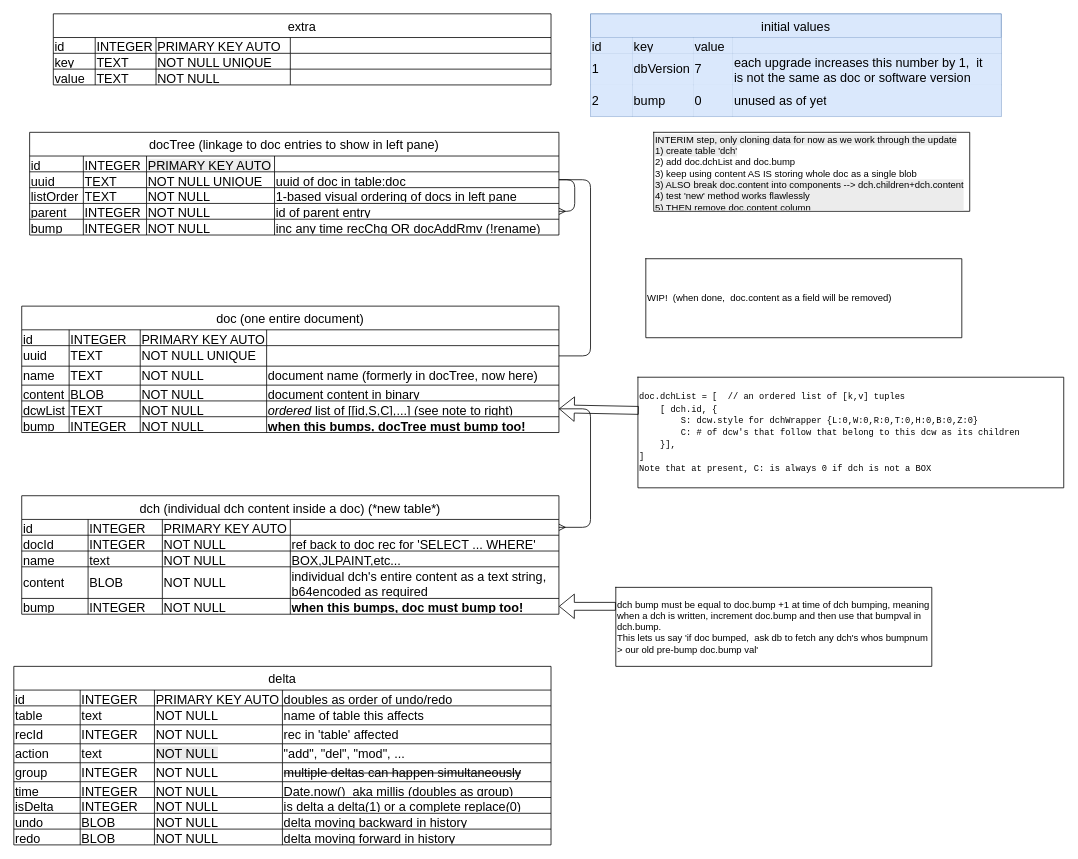
The draw.io diagram extra/docs/Database_backend-V0006-0007(WIP).drawio in Malendryn/JotLiner, before the edit. Source tidied: cells renumbered, new cells numbered last; positions are measured from the earlier drawing's top-left corner, leaving out a move shared by most shapes. Both pictures are drawn from the tidied source at 79%, with x=0, y=0 at pixel (13, 13).
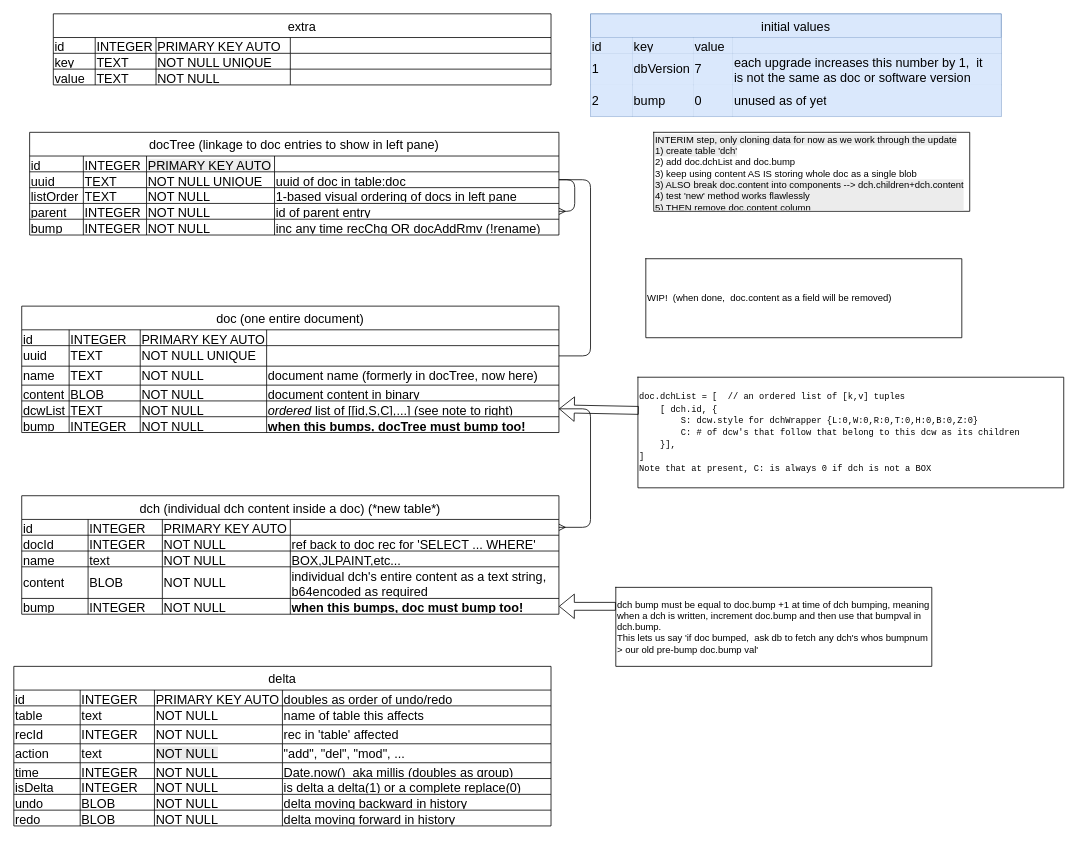
Above is the later version.

Diff of the diagram source:
```diff
@@
     <mxCell id="135" value="delta" style="shape=table;startSize=30;childLayout=tableLayout;strokeColor=default;fontSize=16;align=center;fontColor=#000000;" parent="1" vertex="1">
-      <mxGeometry y="826" width="680" height="226" as="geometry" />
+      <mxGeometry y="826" width="680" height="202" as="geometry" />
     </mxCell>
@@
-    <mxCell id="156" style="shape=tableRow;horizontal=0;startSize=0;swimlaneHead=0;swimlaneBody=0;strokeColor=inherit;top=0;left=0;bottom=0;right=0;fillColor=none;fontSize=16;align=left;" parent="135" vertex="1">
-      <mxGeometry y="122" width="680" height="24" as="geometry" />
-    </mxCell>
-    <mxCell id="157" value="group" style="shape=partialRectangle;html=1;strokeColor=inherit;overflow=hidden;fillColor=none;top=0;left=0;bottom=0;right=0;fontSize=16;align=left;" parent="156" vertex="1">
-      <mxGeometry width="84" height="24" as="geometry" />
-    </mxCell>
-    <mxCell id="158" value="INTEGER" style="shape=partialRectangle;html=1;strokeColor=inherit;overflow=hidden;fillColor=none;top=0;left=0;bottom=0;right=0;fontSize=16;align=left;" parent="156" vertex="1">
-      <mxGeometry x="84" width="94" height="24" as="geometry" />
-    </mxCell>
-    <mxCell id="159" value="NOT NULL" style="shape=partialRectangle;html=1;strokeColor=inherit;overflow=hidden;fillColor=none;top=0;left=0;bottom=0;right=0;fontSize=16;align=left;" parent="156" vertex="1">
-      <mxGeometry x="178" width="162" height="24" as="geometry" />
-    </mxCell>
-    <mxCell id="160" value="&lt;strike&gt;multiple deltas can happen simultaneously&lt;/strike&gt;" style="shape=partialRectangle;html=1;strokeColor=inherit;overflow=hidden;fillColor=none;top=0;left=0;bottom=0;right=0;fontSize=16;align=left;" parent="156" vertex="1">
-      <mxGeometry x="340" width="340" height="24" as="geometry" />
-    </mxCell>
     <mxCell id="161" style="shape=tableRow;horizontal=0;startSize=0;swimlaneHead=0;swimlaneBody=0;strokeColor=inherit;top=0;left=0;bottom=0;right=0;fillColor=none;fontSize=16;align=left;" parent="135" vertex="1">
-      <mxGeometry y="146" width="680" height="20" as="geometry" />
+      <mxGeometry y="122" width="680" height="20" as="geometry" />
     </mxCell>
@@
     <mxCell id="166" style="shape=tableRow;horizontal=0;startSize=0;swimlaneHead=0;swimlaneBody=0;strokeColor=inherit;top=0;left=0;bottom=0;right=0;fillColor=none;fontSize=16;align=left;" parent="135" vertex="1">
-      <mxGeometry y="166" width="680" height="20" as="geometry" />
+      <mxGeometry y="142" width="680" height="20" as="geometry" />
     </mxCell>
@@
     <mxCell id="171" style="shape=tableRow;horizontal=0;startSize=0;swimlaneHead=0;swimlaneBody=0;strokeColor=inherit;top=0;left=0;bottom=0;right=0;fillColor=none;fontSize=16;align=left;" parent="135" vertex="1">
-      <mxGeometry y="186" width="680" height="20" as="geometry" />
+      <mxGeometry y="162" width="680" height="20" as="geometry" />
     </mxCell>
@@
     <mxCell id="176" style="shape=tableRow;horizontal=0;startSize=0;swimlaneHead=0;swimlaneBody=0;strokeColor=inherit;top=0;left=0;bottom=0;right=0;fillColor=none;fontSize=16;align=left;" parent="135" vertex="1">
-      <mxGeometry y="206" width="680" height="20" as="geometry" />
+      <mxGeometry y="182" width="680" height="20" as="geometry" />
     </mxCell>
```
